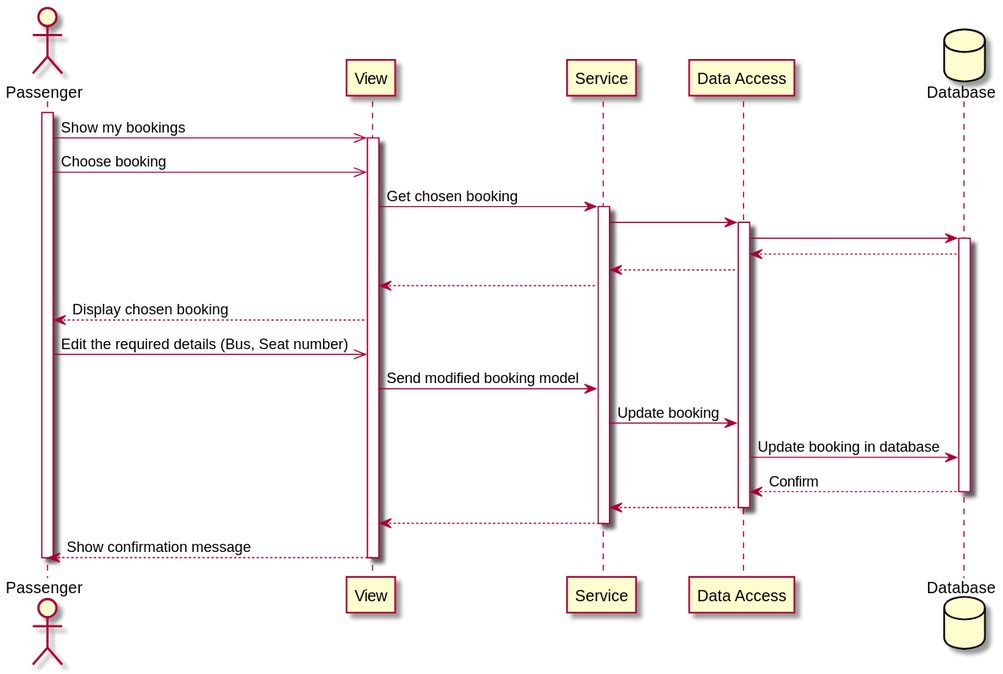
Before: Sequence Diagrams/svg/modify-booking.svg, a diagram exported from PlantUML (moazbasheer/BaaS_GP). Its diagram source:
```plantuml
@startuml modify-booking


actor Passenger as a
participant View as v
participant Service as s
participant "Data Access" as da
database Database as db

activate a
a ->> v: Show my bookings
activate v
a ->> v: Choose booking
v -> s: Get chosen booking
activate s
s -> da
activate da
da -> db
activate db
db --> da
da --> s
s --> v
v --> a: Display chosen booking
a ->> v: Edit the required details (Bus, Seat number)
v -> s: Send modified booking model
s -> da: Update booking
da -> db: Update booking in database
db --> da: Confirm
deactivate db
da --> s
deactivate da
s --> v
deactivate s
v --> a: Show confirmation message
deactivate v
deactivate a


@enduml
```
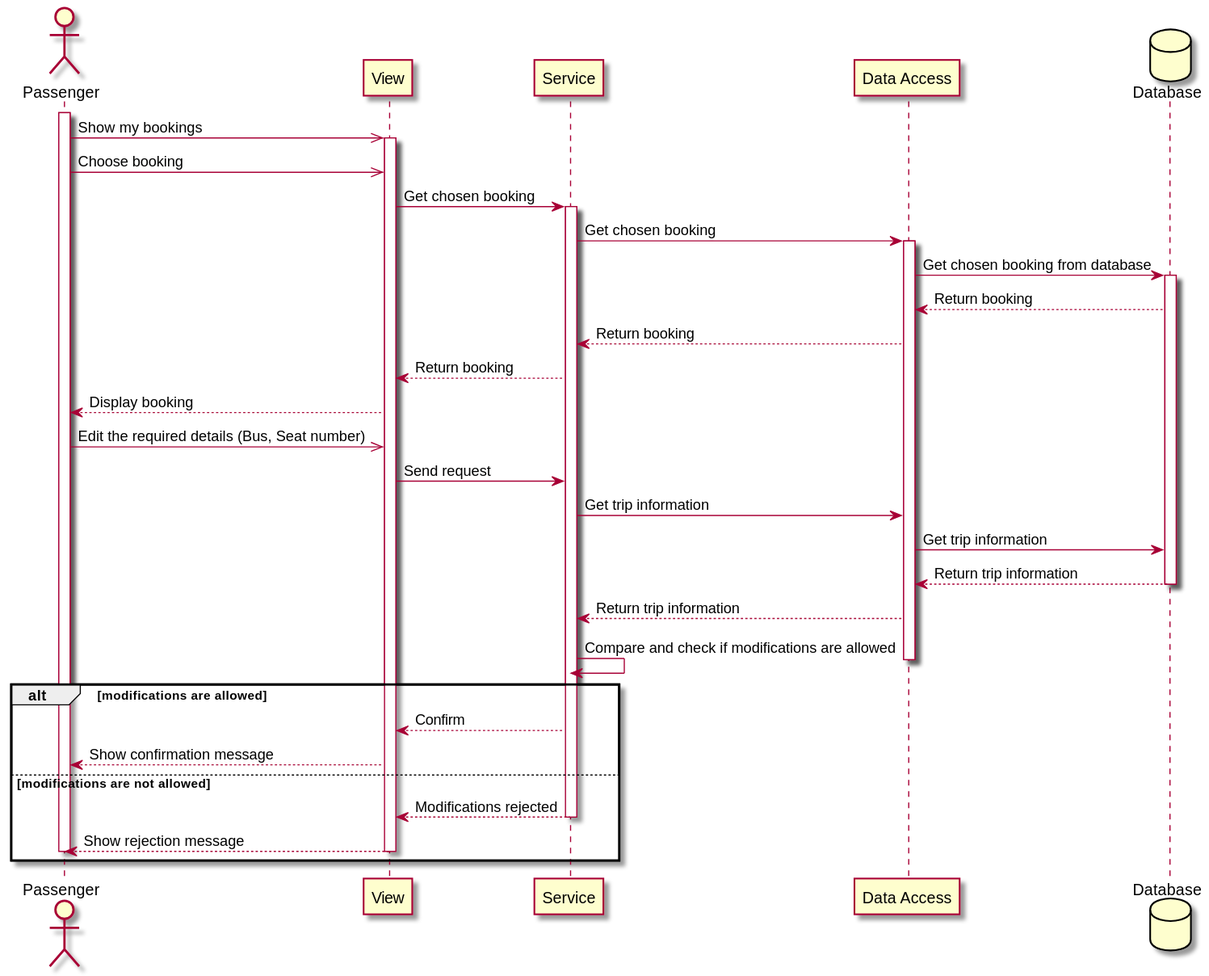
Later version of the same file.

Diff of the diagram source:
```diff
@@ -13,27 +13,33 @@
 a ->> v: Choose booking
 v -> s: Get chosen booking
 activate s
-s -> da
+s -> da: Get chosen booking
 activate da
-da -> db
+da -> db: Get chosen booking from database
 activate db
-db --> da
-da --> s
-s --> v
-v --> a: Display chosen booking
+db --> da: Return booking
+da --> s: Return booking
+s --> v: Return booking
+v --> a: Display booking
 a ->> v: Edit the required details (Bus, Seat number)
-v -> s: Send modified booking model
-s -> da: Update booking
-da -> db: Update booking in database
-db --> da: Confirm
+v -> s: Send request
+s -> da: Get trip information
+da -> db: Get trip information
+db --> da: Return trip information
 deactivate db
-da --> s
+da --> s: Return trip information
+s -> s: Compare and check if modifications are allowed
 deactivate da
-s --> v
-deactivate s
-v --> a: Show confirmation message
+alt modifications are allowed
+    s --> v: Confirm
+    v --> a: Show confirmation message
+else modifications are not allowed
+    s --> v: Modifications rejected
+    deactivate s
+    v --> a: Show rejection message
 deactivate v
 deactivate a
+end
 
 
 @enduml
```
